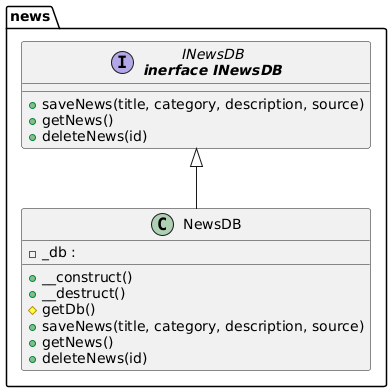
Above: lab3/lab3.png in fm220623/web4kurs (PlantUML), before the change.
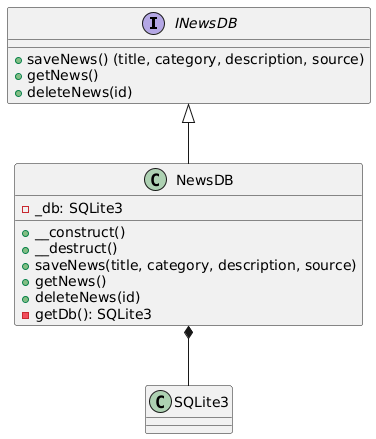
After the change.

What changed in the source:
```diff
@@ -1,19 +1,23 @@
 @startuml
-package news as news {
-    interface "INewsDB\n<b>inerface INewsDB</b>" as news_INewsDB {
-      +saveNews(title, category, description, source)
-      +getNews()
-      +deleteNews(id)
-    }
-    class "NewsDB" as news_NewsDB {
-      -_db :
-      +__construct()
-      +__destruct()
-      #getDb()
-      +saveNews(title, category, description, source)
-      +getNews()
-      +deleteNews(id)
-    }
-  }
-  news_INewsDB <|-- news_NewsDB
+interface INewsDB {
+    +saveNews() (title, category, description, source)
+    +getNews()
+    +deleteNews(id)
+}
+
+class NewsDB {
+    -_db: SQLite3
+    +__construct()
+    +__destruct()
+    +saveNews(title, category, description, source)
+    +getNews()
+    +deleteNews(id)
+    -getDb(): SQLite3
+}
+
+class SQLite3 {
+
+}
+NewsDB *-- SQLite3
+INewsDB <|-- NewsDB
 @enduml
```
